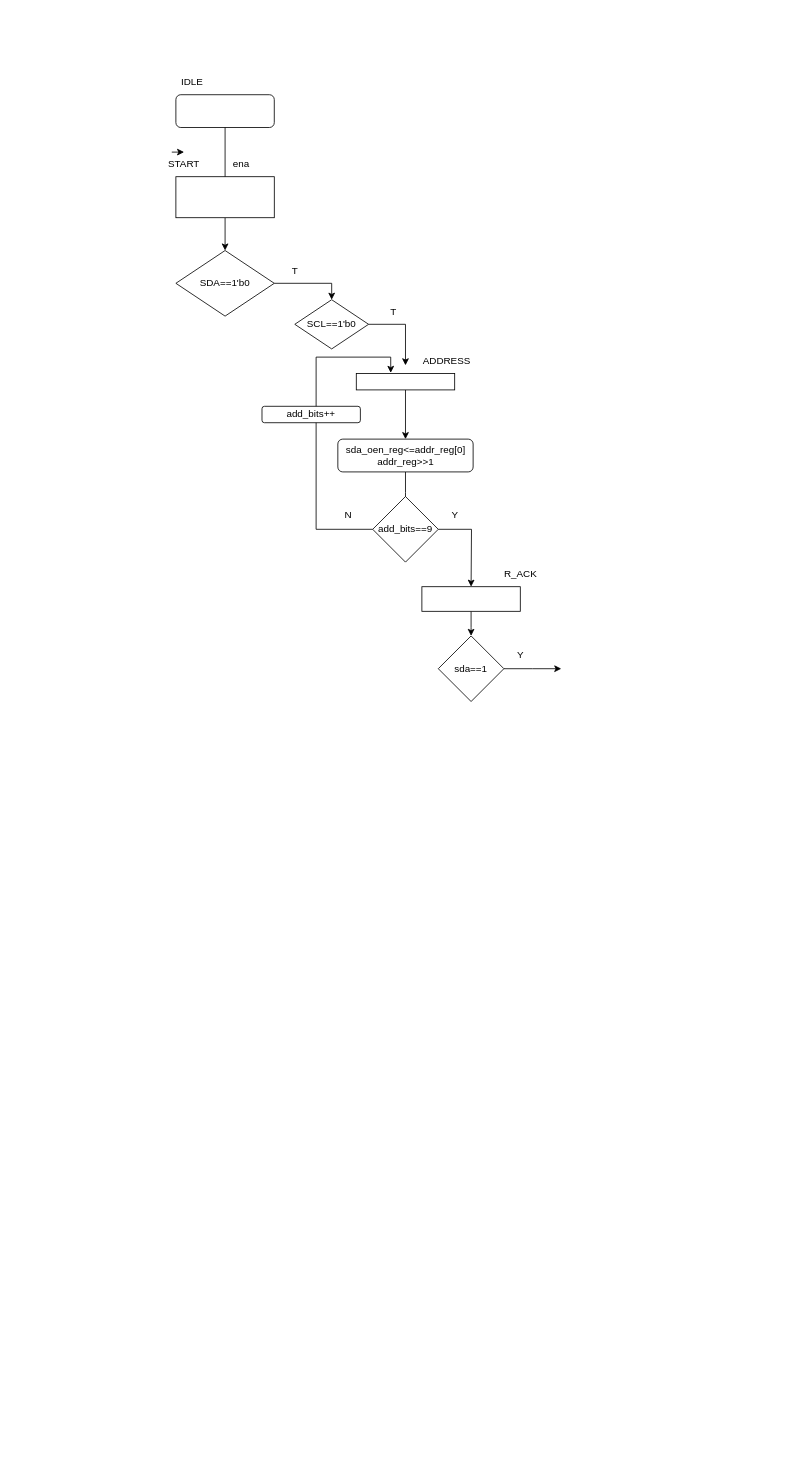
Above: i2c_master.drawio in MirMaiti/I2C (draw.io), before the change. Source tidied: cells renumbered, new cells numbered last; positions are measured from the earlier drawing's top-left corner, leaving out a move shared by most shapes. Both pictures are drawn from the tidied source at 82%, with x=0, y=0 at pixel (159, 70).
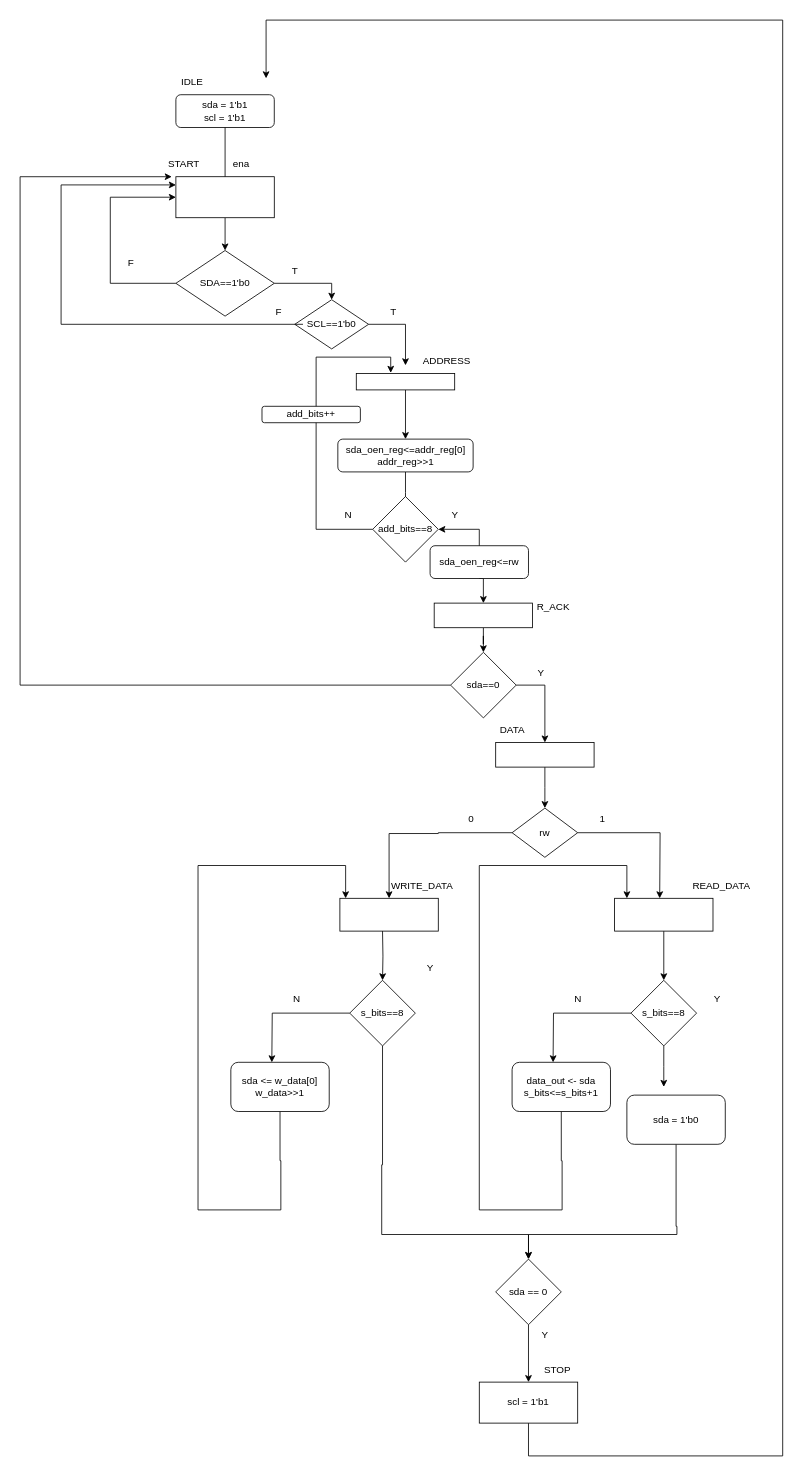
Above is the later version.

The change refers to these unchanged cells:
```xml
<mxCell id="6" value="START" style="text;html=1;align=center;verticalAlign=middle;whiteSpace=wrap;rounded=0;" parent="1" vertex="1">
  <mxGeometry y="100" width="60" height="30" as="geometry" />
</mxCell>
<mxCell id="7" value="SDA==1'b0" style="rhombus;whiteSpace=wrap;html=1;" parent="1" vertex="1">
  <mxGeometry x="20" y="220" width="120" height="80" as="geometry" />
</mxCell>
<mxCell id="10" style="rounded=0;whiteSpace=wrap;html=1;" parent="1" vertex="1">
  <mxGeometry x="20" y="130" width="120" height="50" as="geometry" />
</mxCell>
```

Change to the diagram source:
```diff
@@
-    <mxCell id="2" style="rounded=1;whiteSpace=wrap;html=1;" parent="1" vertex="1">
+    <mxCell id="2" value="sda = 1'b1&lt;div&gt;scl = 1'b1&lt;/div&gt;" style="rounded=1;whiteSpace=wrap;html=1;" parent="1" vertex="1">
       <mxGeometry x="20" y="30" width="120" height="40" as="geometry" />
     </mxCell>
@@
-    <mxCell id="11" style="edgeStyle=orthogonalEdgeStyle;rounded=0;orthogonalLoop=1;jettySize=auto;html=1;exitX=0.25;exitY=0;exitDx=0;exitDy=0;entryX=0.5;entryY=0;entryDx=0;entryDy=0;" parent="1" edge="1" source="6" target="6">
-      <mxGeometry relative="1" as="geometry" />
-    </mxCell>
@@
-    <mxCell id="22" style="edgeStyle=orthogonalEdgeStyle;rounded=0;jettySize=auto;html=1;" parent="1" edge="1" source="23">
-      <mxGeometry relative="1" as="geometry">
-        <mxPoint x="380" y="630" as="targetPoint" />
-      </mxGeometry>
-    </mxCell>
-    <mxCell id="23" value="add_bits==9" style="rhombus;whiteSpace=wrap;html=1;" parent="1" vertex="1">
+    <mxCell id="23" value="add_bits==8" style="rhombus;whiteSpace=wrap;html=1;" parent="1" vertex="1">
       <mxGeometry x="260" y="520" width="80" height="80" as="geometry" />
     </mxCell>
@@
-    <mxCell id="27" style="edgeStyle=orthogonalEdgeStyle;rounded=0;jettySize=auto;html=1;" parent="1" edge="1" source="28">
-      <mxGeometry relative="1" as="geometry">
-        <mxPoint x="380" y="690" as="targetPoint" />
-      </mxGeometry>
-    </mxCell>
+    <mxCell id="33" style="edgeStyle=orthogonalEdgeStyle;rounded=0;jettySize=auto;html=1;exitX=0.5;exitY=1;exitDx=0;exitDy=0;" parent="1" edge="1" source="28" target="31">
+      <mxGeometry relative="1" as="geometry" />
+    </mxCell>
     <mxCell id="28" style="whiteSpace=wrap;html=1;" parent="1" vertex="1">
-      <mxGeometry x="320" y="630" width="120" height="30" as="geometry" />
+      <mxGeometry x="335" y="650" width="120" height="30" as="geometry" />
     </mxCell>
     <mxCell id="29" value="R_ACK" style="text;html=1;align=center;verticalAlign=middle;strokeColor=none;fillColor=none;" parent="1" vertex="1">
-      <mxGeometry x="410" y="600" width="60" height="30" as="geometry" />
+      <mxGeometry x="450" y="640" width="60" height="30" as="geometry" />
     </mxCell>
-    <mxCell id="30" style="edgeStyle=orthogonalEdgeStyle;rounded=0;jettySize=auto;html=1;" parent="1" edge="1" source="31">
+    <mxCell id="30" style="edgeStyle=orthogonalEdgeStyle;rounded=0;jettySize=auto;html=1;exitX=1;exitY=0.5;exitDx=0;exitDy=0;" parent="1" edge="1" source="31" target="40">
       <mxGeometry relative="1" as="geometry">
-        <mxPoint x="490" y="730" as="targetPoint" />
+        <Array as="points">
+          <mxPoint x="470" y="750" />
+        </Array>
       </mxGeometry>
     </mxCell>
+    <mxCell id="34" style="edgeStyle=orthogonalEdgeStyle;rounded=0;jettySize=auto;html=1;entryX=0.25;entryY=1;entryDx=0;entryDy=0;" parent="1" edge="1" source="31" target="6">
+      <mxGeometry relative="1" as="geometry">
+        <Array as="points">
+          <mxPoint x="-170" y="750" />
+          <mxPoint x="-170" y="130" />
+        </Array>
+      </mxGeometry>
+    </mxCell>
-    <mxCell id="31" value="sda==1" style="rhombus;whiteSpace=wrap;html=1;" parent="1" vertex="1">
-      <mxGeometry x="340" y="690" width="80" height="80" as="geometry" />
+    <mxCell id="31" value="sda==0" style="rhombus;whiteSpace=wrap;html=1;" parent="1" vertex="1">
+      <mxGeometry x="355" y="710" width="80" height="80" as="geometry" />
     </mxCell>
     <mxCell id="32" value="Y" style="text;html=1;align=center;verticalAlign=middle;strokeColor=none;fillColor=none;" parent="1" vertex="1">
-      <mxGeometry x="425" y="698" width="30" height="30" as="geometry" />
+      <mxGeometry x="450" y="720" width="30" height="30" as="geometry" />
     </mxCell>
+    <mxCell id="35" style="endArrow=classic;html=1;rounded=0;exitX=0;exitY=0.5;exitDx=0;exitDy=0;entryX=0;entryY=0.5;entryDx=0;entryDy=0;" parent="1" edge="1" source="7" target="10">
+      <mxGeometry relative="1" as="geometry">
+        <Array as="points">
+          <mxPoint x="-60" y="260" />
+          <mxPoint x="-60" y="155" />
+        </Array>
+      </mxGeometry>
+    </mxCell>
+    <mxCell id="36" value="F" style="text;html=1;align=center;verticalAlign=middle;strokeColor=none;fillColor=none;" parent="1" vertex="1">
+      <mxGeometry x="-50" y="220" width="30" height="30" as="geometry" />
+    </mxCell>
+    <mxCell id="37" style="endArrow=classic;html=1;rounded=0;exitX=0;exitY=0.5;exitDx=0;exitDy=0;" parent="1" edge="1">
+      <mxGeometry relative="1" as="geometry">
+        <mxPoint x="175" y="310" as="sourcePoint" />
+        <mxPoint x="20" y="140" as="targetPoint" />
+        <Array as="points">
+          <mxPoint x="-120" y="310" />
+          <mxPoint x="-120" y="140" />
+        </Array>
+      </mxGeometry>
+    </mxCell>
+    <mxCell id="38" value="F" style="text;html=1;align=center;verticalAlign=middle;strokeColor=none;fillColor=none;" parent="1" vertex="1">
+      <mxGeometry x="130" y="280" width="30" height="30" as="geometry" />
+    </mxCell>
+    <mxCell id="39" style="edgeStyle=orthogonalEdgeStyle;rounded=0;jettySize=auto;html=1;" parent="1" edge="1" source="40">
+      <mxGeometry relative="1" as="geometry">
+        <mxPoint x="470" y="900" as="targetPoint" />
+      </mxGeometry>
+    </mxCell>
+    <mxCell id="40" style="rounded=0;whiteSpace=wrap;html=1;" parent="1" vertex="1">
+      <mxGeometry x="410" y="820" width="120" height="30" as="geometry" />
+    </mxCell>
+    <mxCell id="41" value="DATA" style="text;html=1;align=center;verticalAlign=middle;strokeColor=none;fillColor=none;" parent="1" vertex="1">
+      <mxGeometry x="405" y="790" width="50" height="30" as="geometry" />
+    </mxCell>
+    <mxCell id="42" style="edgeStyle=orthogonalEdgeStyle;rounded=0;jettySize=auto;html=1;exitX=0.5;exitY=1;exitDx=0;exitDy=0;entryX=0.5;entryY=0;entryDx=0;entryDy=0;" parent="1" edge="1" source="43" target="28">
+      <mxGeometry relative="1" as="geometry" />
+    </mxCell>
+    <mxCell id="43" value="sda_oen_reg&amp;lt;=rw" style="rounded=1;whiteSpace=wrap;html=1;" parent="1" vertex="1">
+      <mxGeometry x="330" y="580" width="120" height="40" as="geometry" />
+    </mxCell>
+    <mxCell id="44" style="edgeStyle=orthogonalEdgeStyle;rounded=0;jettySize=auto;html=1;entryX=1;entryY=0.5;entryDx=0;entryDy=0;" parent="1" edge="1" source="43" target="23">
+      <mxGeometry relative="1" as="geometry" />
+    </mxCell>
+    <mxCell id="45" style="edgeStyle=orthogonalEdgeStyle;rounded=0;jettySize=auto;html=1;" parent="1" edge="1" source="47">
+      <mxGeometry relative="1" as="geometry">
+        <mxPoint x="610" y="1010" as="targetPoint" />
+      </mxGeometry>
+    </mxCell>
+    <mxCell id="46" style="edgeStyle=orthogonalEdgeStyle;rounded=0;jettySize=auto;html=1;" parent="1" edge="1" source="47" target="53">
+      <mxGeometry relative="1" as="geometry">
+        <Array as="points">
+          <mxPoint x="340" y="930" />
+          <mxPoint x="340" y="931" />
+        </Array>
+      </mxGeometry>
+    </mxCell>
+    <mxCell id="47" value="rw" style="rhombus;whiteSpace=wrap;html=1;" parent="1" vertex="1">
+      <mxGeometry x="430" y="900" width="80" height="60" as="geometry" />
+    </mxCell>
+    <mxCell id="48" value="1" style="text;html=1;align=center;verticalAlign=middle;strokeColor=none;fillColor=none;" parent="1" vertex="1">
+      <mxGeometry x="525" y="898" width="30" height="30" as="geometry" />
+    </mxCell>
+    <mxCell id="49" value="0" style="text;html=1;align=center;verticalAlign=middle;strokeColor=none;fillColor=none;" parent="1" vertex="1">
+      <mxGeometry x="365" y="898" width="30" height="30" as="geometry" />
+    </mxCell>
+    <mxCell id="50" value="READ_DATA" style="text;html=1;align=center;verticalAlign=middle;strokeColor=none;fillColor=none;" parent="1" vertex="1">
+      <mxGeometry x="640" y="980" width="90" height="30" as="geometry" />
+    </mxCell>
+    <mxCell id="51" style="edgeStyle=orthogonalEdgeStyle;rounded=0;jettySize=auto;html=1;" parent="1" edge="1" source="52" target="57">
+      <mxGeometry relative="1" as="geometry" />
+    </mxCell>
+    <mxCell id="52" style="rounded=0;whiteSpace=wrap;html=1;" parent="1" vertex="1">
+      <mxGeometry x="555" y="1010" width="120" height="40" as="geometry" />
+    </mxCell>
+    <mxCell id="53" style="rounded=0;whiteSpace=wrap;html=1;" parent="1" vertex="1">
+      <mxGeometry x="220" y="1010" width="120" height="40" as="geometry" />
+    </mxCell>
+    <mxCell id="54" value="WRITE_DATA" style="text;html=1;align=center;verticalAlign=middle;strokeColor=none;fillColor=none;" parent="1" vertex="1">
+      <mxGeometry x="270" y="980" width="100" height="30" as="geometry" />
+    </mxCell>
+    <mxCell id="55" style="edgeStyle=orthogonalEdgeStyle;rounded=0;jettySize=auto;html=1;exitX=0;exitY=0.5;exitDx=0;exitDy=0;" parent="1" edge="1" source="57">
+      <mxGeometry relative="1" as="geometry">
+        <mxPoint x="480" y="1210" as="targetPoint" />
+      </mxGeometry>
+    </mxCell>
+    <mxCell id="56" style="edgeStyle=orthogonalEdgeStyle;rounded=0;jettySize=auto;html=1;" parent="1" edge="1" source="57">
+      <mxGeometry relative="1" as="geometry">
+        <mxPoint x="615" y="1240" as="targetPoint" />
+      </mxGeometry>
+    </mxCell>
+    <mxCell id="57" value="s_bits==8" style="rhombus;whiteSpace=wrap;html=1;" parent="1" vertex="1">
+      <mxGeometry x="575" y="1110" width="80" height="80" as="geometry" />
+    </mxCell>
+    <mxCell id="58" value="N" style="text;html=1;align=center;verticalAlign=middle;strokeColor=none;fillColor=none;" parent="1" vertex="1">
+      <mxGeometry x="495" y="1118" width="30" height="30" as="geometry" />
+    </mxCell>
+    <mxCell id="59" style="edgeStyle=orthogonalEdgeStyle;rounded=0;jettySize=auto;html=1;" parent="1" edge="1" source="60">
+      <mxGeometry relative="1" as="geometry">
+        <mxPoint x="570" y="1010" as="targetPoint" />
+        <Array as="points">
+          <mxPoint x="490" y="1330" />
+          <mxPoint x="491" y="1330" />
+          <mxPoint x="491" y="1390" />
+          <mxPoint x="390" y="1390" />
+          <mxPoint x="390" y="970" />
+          <mxPoint x="570" y="970" />
+        </Array>
+      </mxGeometry>
+    </mxCell>
+    <mxCell id="60" value="&lt;div&gt;&lt;span style=&quot;background-color: transparent; color: light-dark(rgb(0, 0, 0), rgb(255, 255, 255));&quot;&gt;data_out &amp;lt;- sda&lt;/span&gt;&lt;/div&gt;&lt;div&gt;&lt;span style=&quot;background-color: transparent; color: light-dark(rgb(0, 0, 0), rgb(255, 255, 255));&quot;&gt;s_bits&amp;lt;=s_bits+1&lt;/span&gt;&lt;/div&gt;" style="rounded=1;whiteSpace=wrap;html=1;" parent="1" vertex="1">
+      <mxGeometry x="430" y="1210" width="120" height="60" as="geometry" />
+    </mxCell>
+    <mxCell id="61" style="edgeStyle=orthogonalEdgeStyle;rounded=0;jettySize=auto;html=1;" parent="1" edge="1" target="64">
+      <mxGeometry relative="1" as="geometry">
+        <mxPoint x="272" y="1050" as="sourcePoint" />
+      </mxGeometry>
+    </mxCell>
+    <mxCell id="62" style="edgeStyle=orthogonalEdgeStyle;rounded=0;jettySize=auto;html=1;exitX=0;exitY=0.5;exitDx=0;exitDy=0;" parent="1" edge="1" source="64">
+      <mxGeometry relative="1" as="geometry">
+        <mxPoint x="137" y="1210" as="targetPoint" />
+      </mxGeometry>
+    </mxCell>
+    <mxCell id="63" style="edgeStyle=orthogonalEdgeStyle;rounded=0;jettySize=auto;html=1;" parent="1" edge="1" source="64" target="76">
+      <mxGeometry relative="1" as="geometry">
+        <Array as="points">
+          <mxPoint x="272" y="1335" />
+          <mxPoint x="271" y="1335" />
+          <mxPoint x="271" y="1420" />
+          <mxPoint x="450" y="1420" />
+        </Array>
+      </mxGeometry>
+    </mxCell>
+    <mxCell id="64" value="s_bits==8" style="rhombus;whiteSpace=wrap;html=1;" parent="1" vertex="1">
+      <mxGeometry x="232" y="1110" width="80" height="80" as="geometry" />
+    </mxCell>
+    <mxCell id="65" value="N" style="text;html=1;align=center;verticalAlign=middle;strokeColor=none;fillColor=none;" parent="1" vertex="1">
+      <mxGeometry x="152" y="1118" width="30" height="30" as="geometry" />
+    </mxCell>
+    <mxCell id="66" style="edgeStyle=orthogonalEdgeStyle;rounded=0;jettySize=auto;html=1;" parent="1" edge="1" source="67">
+      <mxGeometry relative="1" as="geometry">
+        <mxPoint x="227" y="1010" as="targetPoint" />
+        <Array as="points">
+          <mxPoint x="147" y="1330" />
+          <mxPoint x="148" y="1330" />
+          <mxPoint x="148" y="1390" />
+          <mxPoint x="47" y="1390" />
+          <mxPoint x="47" y="970" />
+          <mxPoint x="227" y="970" />
+        </Array>
+      </mxGeometry>
+    </mxCell>
+    <mxCell id="67" value="sda &amp;lt;= w_data[0]&lt;div&gt;w_data&amp;gt;&amp;gt;1&lt;/div&gt;" style="rounded=1;whiteSpace=wrap;html=1;" parent="1" vertex="1">
+      <mxGeometry x="87" y="1210" width="120" height="60" as="geometry" />
+    </mxCell>
+    <mxCell id="68" value="Y" style="text;html=1;align=center;verticalAlign=middle;strokeColor=none;fillColor=none;" parent="1" vertex="1">
+      <mxGeometry x="315" y="1080" width="30" height="30" as="geometry" />
+    </mxCell>
+    <mxCell id="69" value="Y" style="text;html=1;align=center;verticalAlign=middle;strokeColor=none;fillColor=none;" parent="1" vertex="1">
+      <mxGeometry x="665" y="1118" width="30" height="30" as="geometry" />
+    </mxCell>
+    <mxCell id="70" value="STOP" style="text;html=1;align=center;verticalAlign=middle;strokeColor=none;fillColor=none;" parent="1" vertex="1">
+      <mxGeometry x="455" y="1570" width="60" height="30" as="geometry" />
+    </mxCell>
+    <mxCell id="71" style="edgeStyle=orthogonalEdgeStyle;rounded=0;jettySize=auto;html=1;" parent="1" edge="1" source="72">
+      <mxGeometry relative="1" as="geometry">
+        <mxPoint x="130" y="10" as="targetPoint" />
+        <Array as="points">
+          <mxPoint x="450" y="1690" />
+          <mxPoint x="760" y="1690" />
+          <mxPoint x="760" y="-61" />
+        </Array>
+      </mxGeometry>
+    </mxCell>
+    <mxCell id="72" value="scl = 1'b1" style="whiteSpace=wrap;html=1;" parent="1" vertex="1">
+      <mxGeometry x="390" y="1600" width="120" height="50" as="geometry" />
+    </mxCell>
+    <mxCell id="73" style="edgeStyle=orthogonalEdgeStyle;rounded=0;jettySize=auto;html=1;" parent="1" edge="1" source="74" target="76">
+      <mxGeometry relative="1" as="geometry">
+        <Array as="points">
+          <mxPoint x="630" y="1410" />
+          <mxPoint x="631" y="1410" />
+          <mxPoint x="631" y="1420" />
+          <mxPoint x="450" y="1420" />
+        </Array>
+      </mxGeometry>
+    </mxCell>
+    <mxCell id="74" value="sda = 1'b0" style="rounded=1;whiteSpace=wrap;html=1;" parent="1" vertex="1">
+      <mxGeometry x="570" y="1250" width="120" height="60" as="geometry" />
+    </mxCell>
+    <mxCell id="75" style="edgeStyle=orthogonalEdgeStyle;rounded=0;jettySize=auto;html=1;" parent="1" edge="1" source="76" target="72">
+      <mxGeometry relative="1" as="geometry" />
+    </mxCell>
+    <mxCell id="76" value="sda == 0" style="rhombus;whiteSpace=wrap;html=1;" parent="1" vertex="1">
+      <mxGeometry x="410" y="1450" width="80" height="80" as="geometry" />
+    </mxCell>
+    <mxCell id="77" value="Y" style="text;html=1;align=center;verticalAlign=middle;strokeColor=none;fillColor=none;" parent="1" vertex="1">
+      <mxGeometry x="455" y="1528" width="30" height="30" as="geometry" />
+    </mxCell>
```
